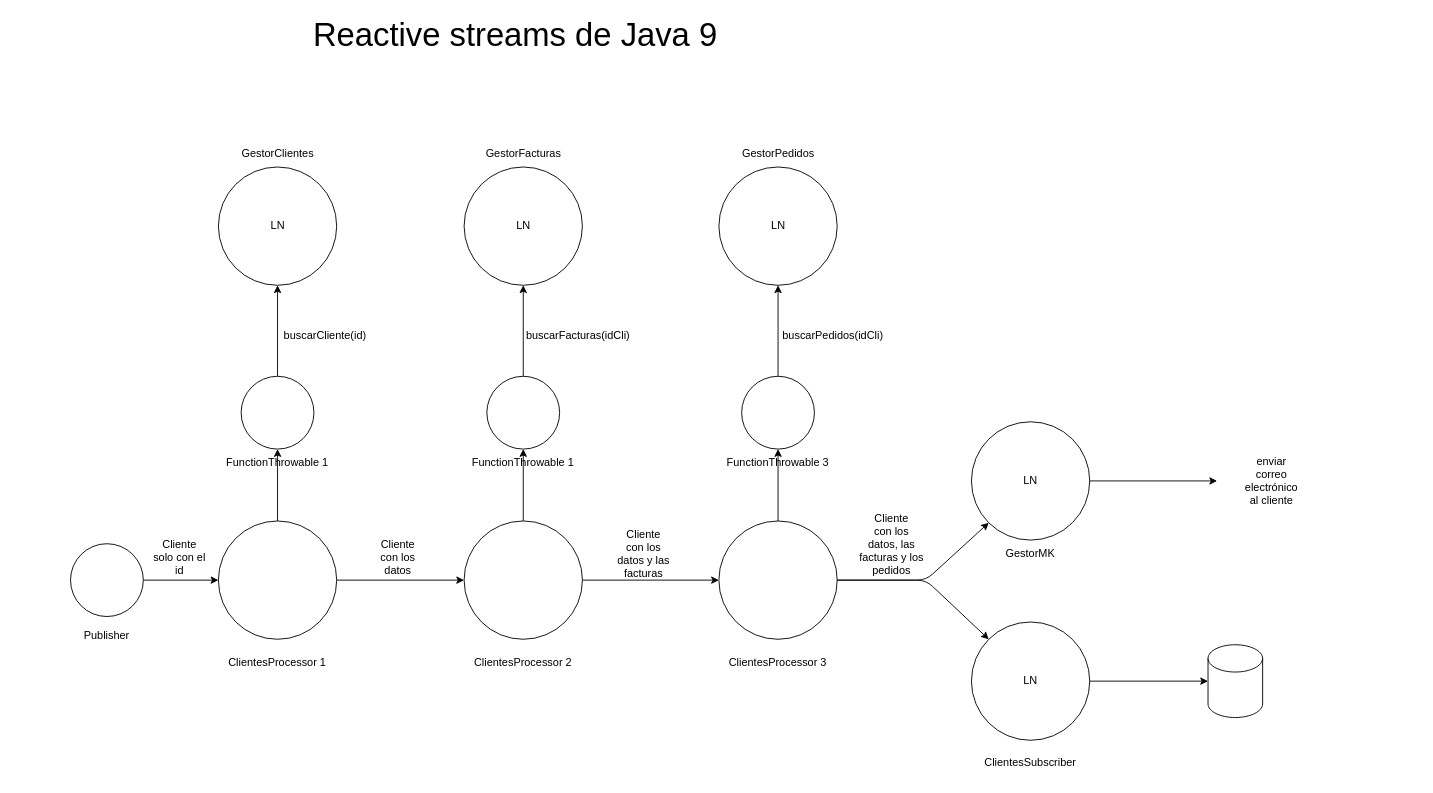
Above: page "Página-1" (1 of 10) of java_features.drawio in ravaga/Java_17 (draw.io), before the change. Source tidied: cells renumbered, new cells numbered last; positions are measured from the earlier drawing's top-left corner, leaving out a move shared by most shapes. Both pictures are drawn from the tidied source at 91%, with x=0, y=0 at pixel (70, 21).
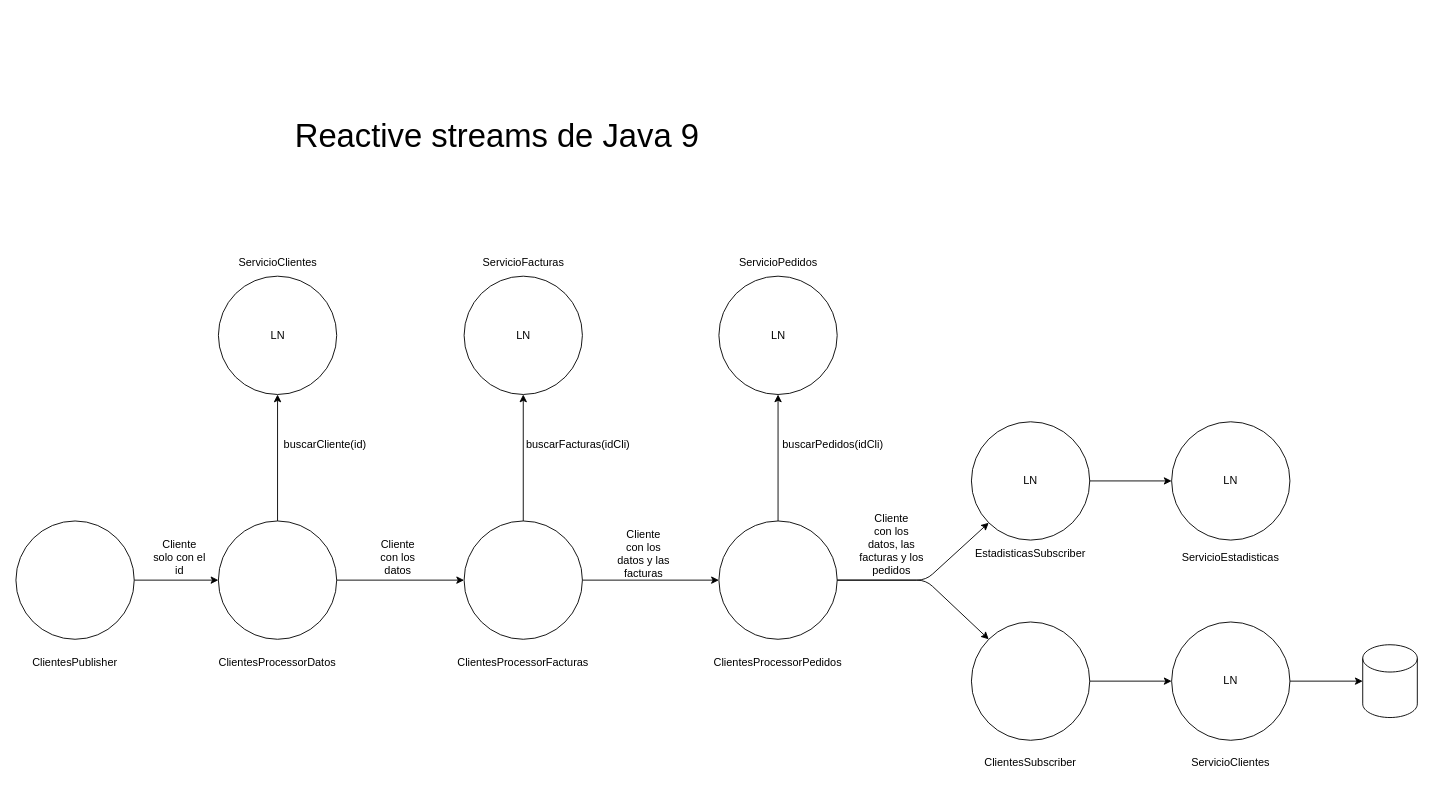
Above is the later version.

Unchanged cells that the change refers to:
```xml
<mxCell id="4" style="ellipse;whiteSpace=wrap;html=1;" parent="1" vertex="1">
  <mxGeometry x="162.5" y="549" width="130" height="130" as="geometry" />
</mxCell>
<mxCell id="8" style="ellipse;whiteSpace=wrap;html=1;" parent="1" vertex="1">
  <mxGeometry x="432.5" y="549" width="130" height="130" as="geometry" />
</mxCell>
<mxCell id="11" style="ellipse;whiteSpace=wrap;html=1;" parent="1" vertex="1">
  <mxGeometry x="712.5" y="549" width="130" height="130" as="geometry" />
</mxCell>
<mxCell id="31" value="LN" style="ellipse;whiteSpace=wrap;html=1;" parent="1" vertex="1">
  <mxGeometry x="990" y="440" width="130" height="130" as="geometry" />
</mxCell>
```

What changed in the source:
```diff
@@
-    <mxCell id="3" style="edgeStyle=orthogonalEdgeStyle;rounded=0;jettySize=auto;html=1;exitX=0.5;exitY=0;exitDx=0;exitDy=0;" parent="1" edge="1" source="4" target="14">
-      <mxGeometry relative="1" as="geometry" />
-    </mxCell>
@@
-    <mxCell id="5" value="ClientesProcessor 1" style="text;html=1;strokeColor=none;fillColor=none;align=center;verticalAlign=middle;whiteSpace=wrap;rounded=0;" parent="1" vertex="1">
+    <mxCell id="5" value="ClientesProcessorDatos" style="text;html=1;strokeColor=none;fillColor=none;align=center;verticalAlign=middle;whiteSpace=wrap;rounded=0;" parent="1" vertex="1">
       <mxGeometry x="140" y="690" width="175" height="30" as="geometry" />
     </mxCell>
@@
-    <mxCell id="7" style="edgeStyle=orthogonalEdgeStyle;rounded=0;jettySize=auto;html=1;" parent="1" edge="1" source="8" target="17">
-      <mxGeometry relative="1" as="geometry" />
-    </mxCell>
@@
-    <mxCell id="9" value="ClientesProcessor 2" style="text;html=1;strokeColor=none;fillColor=none;align=center;verticalAlign=middle;whiteSpace=wrap;rounded=0;" parent="1" vertex="1">
+    <mxCell id="9" value="ClientesProcessorFacturas" style="text;html=1;strokeColor=none;fillColor=none;align=center;verticalAlign=middle;whiteSpace=wrap;rounded=0;" parent="1" vertex="1">
       <mxGeometry x="410" y="690" width="175" height="30" as="geometry" />
     </mxCell>
-    <mxCell id="10" style="edgeStyle=orthogonalEdgeStyle;rounded=0;jettySize=auto;html=1;" parent="1" edge="1" source="11" target="20">
-      <mxGeometry relative="1" as="geometry" />
-    </mxCell>
@@
-    <mxCell id="12" value="ClientesProcessor 3" style="text;html=1;strokeColor=none;fillColor=none;align=center;verticalAlign=middle;whiteSpace=wrap;rounded=0;" parent="1" vertex="1">
+    <mxCell id="12" value="ClientesProcessorPedidos" style="text;html=1;strokeColor=none;fillColor=none;align=center;verticalAlign=middle;whiteSpace=wrap;rounded=0;" parent="1" vertex="1">
       <mxGeometry x="690" y="690" width="175" height="30" as="geometry" />
     </mxCell>
-    <mxCell id="13" style="edgeStyle=orthogonalEdgeStyle;rounded=0;jettySize=auto;html=1;" parent="1" edge="1" source="14" target="22">
+    <mxCell id="13" style="edgeStyle=orthogonalEdgeStyle;rounded=0;jettySize=auto;html=1;exitX=0.5;exitY=0;exitDx=0;exitDy=0;" parent="1" edge="1" source="4" target="22">
       <mxGeometry relative="1" as="geometry" />
     </mxCell>
-    <mxCell id="14" style="ellipse;whiteSpace=wrap;html=1;" parent="1" vertex="1">
-      <mxGeometry x="187.5" y="390" width="80" height="80" as="geometry" />
-    </mxCell>
-    <mxCell id="15" value="FunctionThrowable 1" style="text;html=1;strokeColor=none;fillColor=none;align=center;verticalAlign=middle;whiteSpace=wrap;rounded=0;" parent="1" vertex="1">
-      <mxGeometry x="165" y="470" width="125" height="30" as="geometry" />
-    </mxCell>
-    <mxCell id="16" style="edgeStyle=orthogonalEdgeStyle;rounded=0;jettySize=auto;html=1;entryX=0.5;entryY=1;entryDx=0;entryDy=0;" parent="1" edge="1" source="17" target="24">
+    <mxCell id="16" style="edgeStyle=orthogonalEdgeStyle;rounded=0;jettySize=auto;html=1;entryX=0.5;entryY=1;entryDx=0;entryDy=0;exitX=0.5;exitY=0;exitDx=0;exitDy=0;" parent="1" edge="1" source="8" target="24">
       <mxGeometry relative="1" as="geometry" />
     </mxCell>
-    <mxCell id="17" style="ellipse;whiteSpace=wrap;html=1;" parent="1" vertex="1">
-      <mxGeometry x="457.5" y="390" width="80" height="80" as="geometry" />
-    </mxCell>
-    <mxCell id="18" value="FunctionThrowable 1" style="text;html=1;strokeColor=none;fillColor=none;align=center;verticalAlign=middle;whiteSpace=wrap;rounded=0;" parent="1" vertex="1">
-      <mxGeometry x="435" y="470" width="125" height="30" as="geometry" />
-    </mxCell>
-    <mxCell id="19" style="edgeStyle=orthogonalEdgeStyle;rounded=0;jettySize=auto;html=1;" parent="1" edge="1" source="20" target="26">
+    <mxCell id="19" style="edgeStyle=orthogonalEdgeStyle;rounded=0;jettySize=auto;html=1;exitX=0.5;exitY=0;exitDx=0;exitDy=0;" parent="1" edge="1" source="11" target="26">
       <mxGeometry relative="1" as="geometry" />
     </mxCell>
-    <mxCell id="20" style="ellipse;whiteSpace=wrap;html=1;" parent="1" vertex="1">
-      <mxGeometry x="737.5" y="390" width="80" height="80" as="geometry" />
-    </mxCell>
-    <mxCell id="21" value="FunctionThrowable 3" style="text;html=1;strokeColor=none;fillColor=none;align=center;verticalAlign=middle;whiteSpace=wrap;rounded=0;" parent="1" vertex="1">
-      <mxGeometry x="715" y="470" width="125" height="30" as="geometry" />
-    </mxCell>
     <mxCell id="22" value="LN" style="ellipse;whiteSpace=wrap;html=1;" parent="1" vertex="1">
-      <mxGeometry x="162.5" y="160" width="130" height="130" as="geometry" />
+      <mxGeometry x="162.5" y="280" width="130" height="130" as="geometry" />
     </mxCell>
-    <mxCell id="23" value="GestorClientes" style="text;html=1;strokeColor=none;fillColor=none;align=center;verticalAlign=middle;whiteSpace=wrap;rounded=0;" parent="1" vertex="1">
-      <mxGeometry x="197.5" y="130" width="60" height="30" as="geometry" />
+    <mxCell id="23" value="ServicioClientes" style="text;html=1;strokeColor=none;fillColor=none;align=center;verticalAlign=middle;whiteSpace=wrap;rounded=0;" parent="1" vertex="1">
+      <mxGeometry x="197.5" y="250" width="60" height="30" as="geometry" />
     </mxCell>
     <mxCell id="24" value="LN" style="ellipse;whiteSpace=wrap;html=1;" parent="1" vertex="1">
-      <mxGeometry x="432.5" y="160" width="130" height="130" as="geometry" />
+      <mxGeometry x="432.5" y="280" width="130" height="130" as="geometry" />
     </mxCell>
-    <mxCell id="25" value="GestorFacturas" style="text;html=1;strokeColor=none;fillColor=none;align=center;verticalAlign=middle;whiteSpace=wrap;rounded=0;" parent="1" vertex="1">
-      <mxGeometry x="467.5" y="130" width="60" height="30" as="geometry" />
+    <mxCell id="25" value="ServicioFacturas" style="text;html=1;strokeColor=none;fillColor=none;align=center;verticalAlign=middle;whiteSpace=wrap;rounded=0;" parent="1" vertex="1">
+      <mxGeometry x="467.5" y="250" width="60" height="30" as="geometry" />
     </mxCell>
     <mxCell id="26" value="LN" style="ellipse;whiteSpace=wrap;html=1;" parent="1" vertex="1">
-      <mxGeometry x="712.5" y="160" width="130" height="130" as="geometry" />
+      <mxGeometry x="712.5" y="280" width="130" height="130" as="geometry" />
     </mxCell>
-    <mxCell id="27" value="GestorPedidos" style="text;html=1;strokeColor=none;fillColor=none;align=center;verticalAlign=middle;whiteSpace=wrap;rounded=0;" parent="1" vertex="1">
-      <mxGeometry x="747.5" y="130" width="60" height="30" as="geometry" />
+    <mxCell id="27" value="ServicioPedidos" style="text;html=1;strokeColor=none;fillColor=none;align=center;verticalAlign=middle;whiteSpace=wrap;rounded=0;" parent="1" vertex="1">
+      <mxGeometry x="747.5" y="250" width="60" height="30" as="geometry" />
     </mxCell>
     <mxCell id="28" value="buscarCliente(id)" style="text;html=1;strokeColor=none;fillColor=none;align=center;verticalAlign=middle;whiteSpace=wrap;rounded=0;" parent="1" vertex="1">
-      <mxGeometry x="250" y="330" width="60" height="30" as="geometry" />
+      <mxGeometry x="250" y="450" width="60" height="30" as="geometry" />
     </mxCell>
     <mxCell id="29" value="buscarFacturas(idCli)" style="text;html=1;strokeColor=none;fillColor=none;align=center;verticalAlign=middle;whiteSpace=wrap;rounded=0;" parent="1" vertex="1">
-      <mxGeometry x="527.5" y="330" width="60" height="30" as="geometry" />
+      <mxGeometry x="527.5" y="450" width="60" height="30" as="geometry" />
     </mxCell>
     <mxCell id="30" value="buscarPedidos(idCli)" style="text;html=1;strokeColor=none;fillColor=none;align=center;verticalAlign=middle;whiteSpace=wrap;rounded=0;" parent="1" vertex="1">
-      <mxGeometry x="807.5" y="330" width="60" height="30" as="geometry" />
+      <mxGeometry x="807.5" y="450" width="60" height="30" as="geometry" />
     </mxCell>
@@
-    <mxCell id="32" style="edgeStyle=orthogonalEdgeStyle;rounded=0;jettySize=auto;html=1;" parent="1" edge="1" source="33" target="43">
+    <mxCell id="32" style="edgeStyle=orthogonalEdgeStyle;rounded=0;jettySize=auto;html=1;exitX=1;exitY=0.5;exitDx=0;exitDy=0;" parent="1" edge="1" source="50" target="43">
       <mxGeometry relative="1" as="geometry" />
     </mxCell>
+    <mxCell id="49" style="edgeStyle=orthogonalEdgeStyle;rounded=0;jettySize=auto;html=1;" parent="1" edge="1" source="33" target="50">
+      <mxGeometry relative="1" as="geometry" />
+    </mxCell>
-    <mxCell id="33" value="LN" style="ellipse;whiteSpace=wrap;html=1;" parent="1" vertex="1">
+    <mxCell id="33" style="ellipse;whiteSpace=wrap;html=1;" parent="1" vertex="1">
       <mxGeometry x="990" y="660" width="130" height="130" as="geometry" />
     </mxCell>
@@
-    <mxCell id="36" value="GestorMK" style="text;html=1;strokeColor=none;fillColor=none;align=center;verticalAlign=middle;whiteSpace=wrap;rounded=0;" parent="1" vertex="1">
+    <mxCell id="36" value="EstadisticasSubscriber" style="text;html=1;strokeColor=none;fillColor=none;align=center;verticalAlign=middle;whiteSpace=wrap;rounded=0;" parent="1" vertex="1">
       <mxGeometry x="1025" y="570" width="60" height="30" as="geometry" />
     </mxCell>
@@
     <mxCell id="39" style="ellipse;whiteSpace=wrap;html=1;" parent="1" vertex="1">
-      <mxGeometry y="574" width="80" height="80" as="geometry" />
+      <mxGeometry x="-60" y="549" width="130" height="130" as="geometry" />
     </mxCell>
-    <mxCell id="40" value="Publisher" style="text;html=1;strokeColor=none;fillColor=none;align=center;verticalAlign=middle;whiteSpace=wrap;rounded=0;" parent="1" vertex="1">
-      <mxGeometry x="10" y="660" width="60" height="30" as="geometry" />
+    <mxCell id="40" value="ClientesPublisher" style="text;html=1;strokeColor=none;fillColor=none;align=center;verticalAlign=middle;whiteSpace=wrap;rounded=0;" parent="1" vertex="1">
+      <mxGeometry x="-25" y="690" width="60" height="30" as="geometry" />
     </mxCell>
     <mxCell id="41" value="&lt;font style=&quot;font-size: 36px&quot;&gt;Reactive streams de Java 9&lt;/font&gt;" style="text;html=1;strokeColor=none;fillColor=none;align=center;verticalAlign=middle;whiteSpace=wrap;rounded=0;" parent="1" vertex="1">
-      <mxGeometry x="264.5" width="448" height="30" as="geometry" />
+      <mxGeometry x="244.5" y="110" width="448" height="30" as="geometry" />
     </mxCell>
@@
     <mxCell id="43" style="shape=cylinder3;whiteSpace=wrap;html=1;boundedLbl=1;backgroundOutline=1;size=15;" parent="1" vertex="1">
-      <mxGeometry x="1250" y="685" width="60" height="80" as="geometry" />
+      <mxGeometry x="1420" y="685" width="60" height="80" as="geometry" />
     </mxCell>
-    <mxCell id="44" style="endArrow=classic;html=1;rounded=0;exitX=1;exitY=0.5;exitDx=0;exitDy=0;" parent="1" edge="1" source="31">
-      <mxGeometry relative="1" as="geometry">
-        <mxPoint x="1260" y="505" as="targetPoint" />
-      </mxGeometry>
+    <mxCell id="44" style="endArrow=classic;html=1;rounded=0;exitX=1;exitY=0.5;exitDx=0;exitDy=0;entryX=0;entryY=0.5;entryDx=0;entryDy=0;" parent="1" edge="1" source="31" target="52">
+      <mxGeometry relative="1" as="geometry" />
     </mxCell>
-    <mxCell id="45" value="enviar correo electrónico al cliente" style="text;html=1;strokeColor=none;fillColor=none;align=center;verticalAlign=middle;whiteSpace=wrap;rounded=0;" parent="1" vertex="1">
-      <mxGeometry x="1290" y="490" width="60" height="30" as="geometry" />
-    </mxCell>
@@
+    <mxCell id="50" value="LN" style="ellipse;whiteSpace=wrap;html=1;" parent="1" vertex="1">
+      <mxGeometry x="1210" y="660" width="130" height="130" as="geometry" />
+    </mxCell>
+    <mxCell id="51" value="ServicioClientes" style="text;html=1;strokeColor=none;fillColor=none;align=center;verticalAlign=middle;whiteSpace=wrap;rounded=0;" parent="1" vertex="1">
+      <mxGeometry x="1245" y="800" width="60" height="30" as="geometry" />
+    </mxCell>
+    <mxCell id="52" value="LN" style="ellipse;whiteSpace=wrap;html=1;" parent="1" vertex="1">
+      <mxGeometry x="1210" y="440" width="130" height="130" as="geometry" />
+    </mxCell>
+    <mxCell id="53" value="ServicioEstadisticas" style="text;html=1;strokeColor=none;fillColor=none;align=center;verticalAlign=middle;whiteSpace=wrap;rounded=0;" parent="1" vertex="1">
+      <mxGeometry x="1245" y="574" width="60" height="30" as="geometry" />
+    </mxCell>
```
